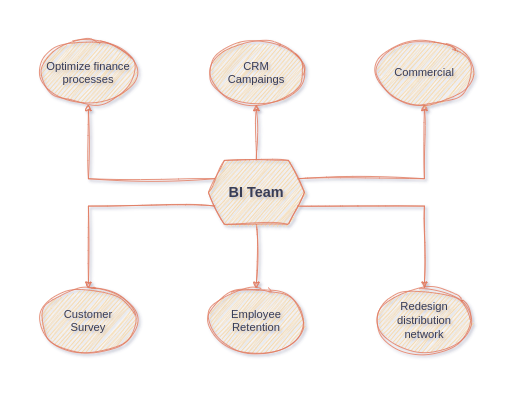
The draw.io diagram assets/images/post_images/3. bi_reputation/bi_structure-initiative.png in angeanto/angeanto.github.io, before a commit. Source tidied: cells renumbered, new cells last; positions are measured from the earlier drawing's top-left corner, leaving out a move shared by most shapes.
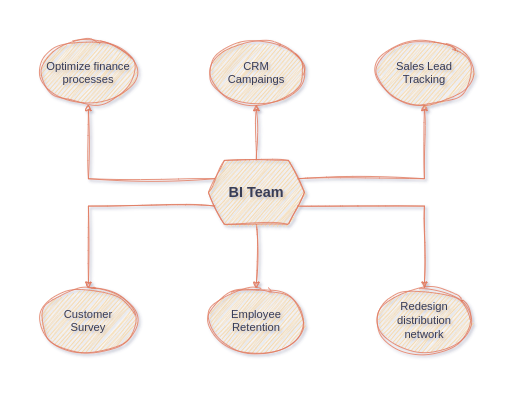
After the commit.

Diff of the diagram source:
```diff
@@ -35,7 +35,7 @@
     <mxCell id="12" value="&lt;span style=&quot;font-size: 14px;&quot;&gt;CRM&lt;br&gt;Campaings&lt;/span&gt;" style="ellipse;whiteSpace=wrap;html=1;fillColor=#F2CC8F;strokeColor=#E07A5F;sketch=1;curveFitting=1;jiggle=2;labelBackgroundColor=none;fontColor=#393C56;" parent="1" vertex="1">
       <mxGeometry x="210" width="120" height="80" as="geometry" />
     </mxCell>
-    <mxCell id="13" value="&lt;font style=&quot;font-size: 14px;&quot;&gt;Commercial&lt;/font&gt;" style="ellipse;whiteSpace=wrap;html=1;fillColor=#F2CC8F;strokeColor=#E07A5F;sketch=1;curveFitting=1;jiggle=2;labelBackgroundColor=none;fontColor=#393C56;" parent="1" vertex="1">
+    <mxCell id="13" value="&lt;span style=&quot;font-size: 14px;&quot;&gt;Sales Lead Tracking&lt;/span&gt;" style="ellipse;whiteSpace=wrap;html=1;fillColor=#F2CC8F;strokeColor=#E07A5F;sketch=1;curveFitting=1;jiggle=2;labelBackgroundColor=none;fontColor=#393C56;" parent="1" vertex="1">
       <mxGeometry x="420" width="120" height="80" as="geometry" />
     </mxCell>
     <mxCell id="14" value="&lt;font style=&quot;font-size: 14px;&quot;&gt;Redesign distribution network&lt;/font&gt;" style="ellipse;whiteSpace=wrap;html=1;fillColor=#F2CC8F;strokeColor=#E07A5F;sketch=1;curveFitting=1;jiggle=2;labelBackgroundColor=none;fontColor=#393C56;" parent="1" vertex="1">
```
